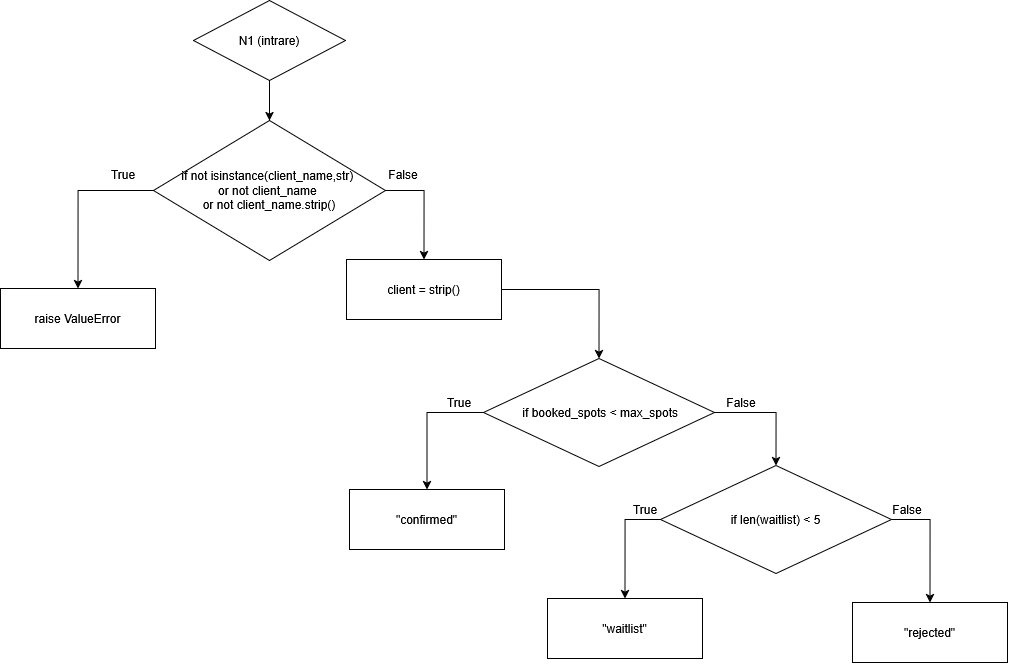
Above: book_spot_cfg.drawio.png in denisamihaila/TSS_Proiect (draw.io), before the change. Source tidied: cells renumbered, new cells last; positions are measured from the earlier drawing's top-left corner, leaving out a move shared by most shapes.
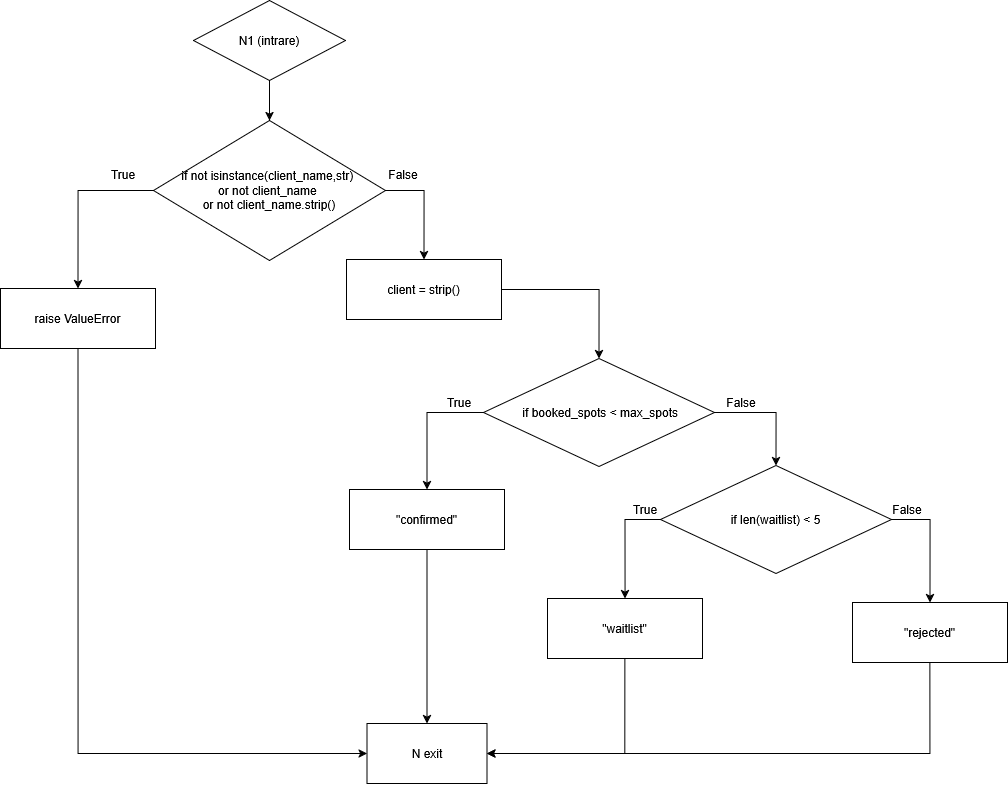
Later version of the same file.

The edit, as a diff of the source:
```diff
@@ -17,6 +17,9 @@
     <mxCell id="6" value="if not isinstance(client_name,str)&amp;nbsp;&lt;br&gt;or not client_name&amp;nbsp;&lt;br&gt;or not client_name.strip()" style="rhombus;whiteSpace=wrap;html=1;" parent="1" vertex="1">
       <mxGeometry x="153" y="120" width="232" height="140" as="geometry" />
     </mxCell>
+    <mxCell id="26" style="edgeStyle=orthogonalEdgeStyle;rounded=0;jettySize=auto;html=1;exitX=0.5;exitY=1;exitDx=0;exitDy=0;entryX=0;entryY=0.5;entryDx=0;entryDy=0;" parent="1" edge="1" source="7" target="30">
+      <mxGeometry relative="1" as="geometry" />
+    </mxCell>
     <mxCell id="7" value="raise ValueError" style="rounded=0;whiteSpace=wrap;html=1;" parent="1" vertex="1">
       <mxGeometry y="288" width="155" height="60" as="geometry" />
     </mxCell>
@@ -44,9 +47,15 @@
     <mxCell id="15" value="if len(waitlist) &amp;lt; 5" style="rhombus;whiteSpace=wrap;html=1;" parent="1" vertex="1">
       <mxGeometry x="660" y="465" width="231" height="108" as="geometry" />
     </mxCell>
+    <mxCell id="27" style="edgeStyle=orthogonalEdgeStyle;rounded=0;jettySize=auto;html=1;exitX=0.5;exitY=1;exitDx=0;exitDy=0;entryX=1;entryY=0.5;entryDx=0;entryDy=0;" parent="1" edge="1" source="16" target="30">
+      <mxGeometry relative="1" as="geometry" />
+    </mxCell>
     <mxCell id="16" value="&quot;waitlist&quot;" style="rounded=0;whiteSpace=wrap;html=1;" parent="1" vertex="1">
       <mxGeometry x="547" y="598" width="155" height="60" as="geometry" />
     </mxCell>
+    <mxCell id="28" style="edgeStyle=orthogonalEdgeStyle;rounded=0;jettySize=auto;html=1;exitX=0.5;exitY=1;exitDx=0;exitDy=0;entryX=1;entryY=0.5;entryDx=0;entryDy=0;" parent="1" edge="1" source="17" target="30">
+      <mxGeometry relative="1" as="geometry" />
+    </mxCell>
     <mxCell id="17" value="&quot;rejected&quot;" style="rounded=0;whiteSpace=wrap;html=1;" parent="1" vertex="1">
       <mxGeometry x="852" y="602" width="155" height="60" as="geometry" />
     </mxCell>
@@ -71,8 +80,14 @@
     <mxCell id="24" value="client = strip()" style="rounded=0;whiteSpace=wrap;html=1;" parent="1" vertex="1">
       <mxGeometry x="346" y="259" width="155" height="60" as="geometry" />
     </mxCell>
+    <mxCell id="29" style="edgeStyle=orthogonalEdgeStyle;rounded=0;jettySize=auto;html=1;exitX=0.5;exitY=1;exitDx=0;exitDy=0;" parent="1" edge="1" source="25" target="30">
+      <mxGeometry relative="1" as="geometry" />
+    </mxCell>
     <mxCell id="25" value="&lt;div&gt;&quot;confirmed&quot;&lt;/div&gt;" style="rounded=0;whiteSpace=wrap;html=1;" parent="1" vertex="1">
       <mxGeometry x="349" y="489" width="155" height="60" as="geometry" />
     </mxCell>
+    <mxCell id="30" value="&lt;div&gt;N exit&lt;/div&gt;" style="rounded=0;whiteSpace=wrap;html=1;" parent="1" vertex="1">
+      <mxGeometry x="366.5" y="723" width="120" height="60" as="geometry" />
+    </mxCell>
   </root>
 </mxGraphModel>
```
